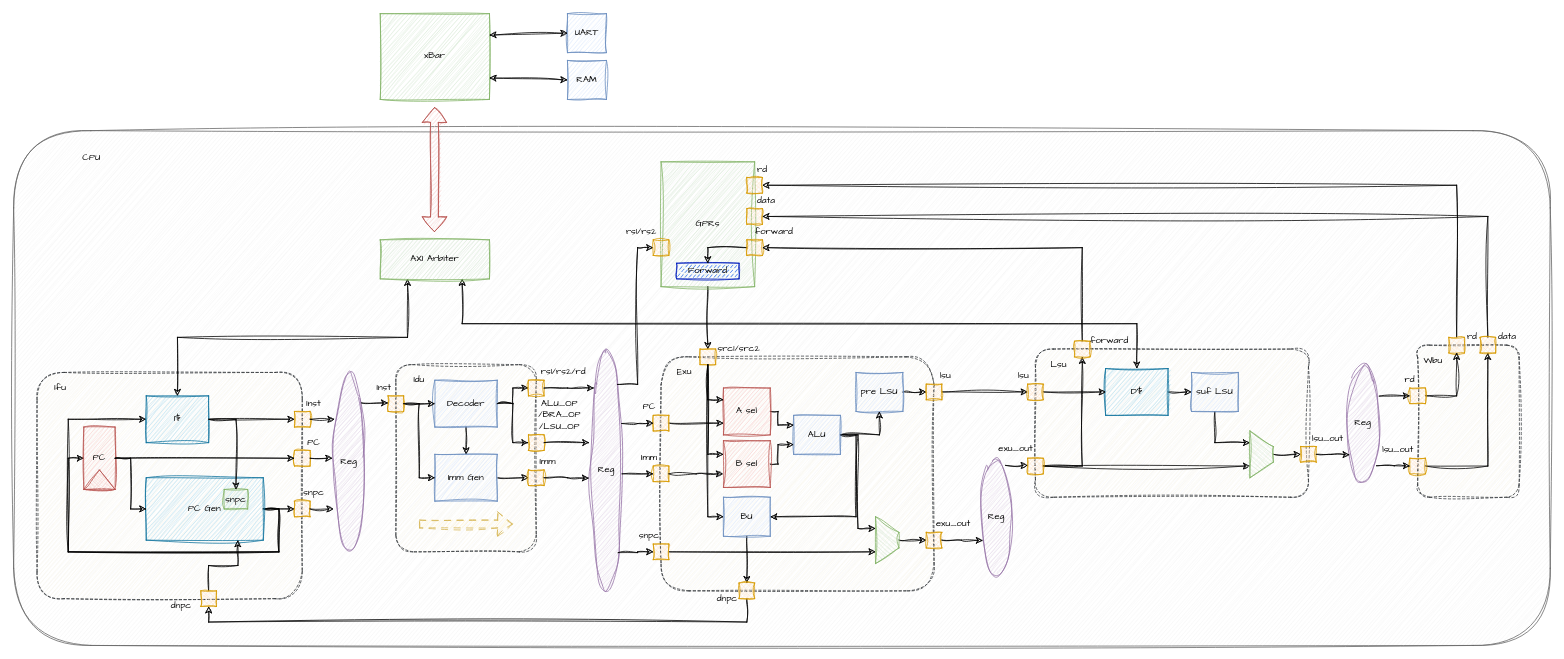
Before: npc/docs/arch.drawio in YEWPO/Yprocessor, a draw.io diagram. Source tidied: cells renumbered, new cells numbered last; positions are measured from the earlier drawing's top-left corner, leaving out a move shared by most shapes. Both pictures are drawn from the tidied source at 78%, with x=0, y=0 at pixel (13, 13).
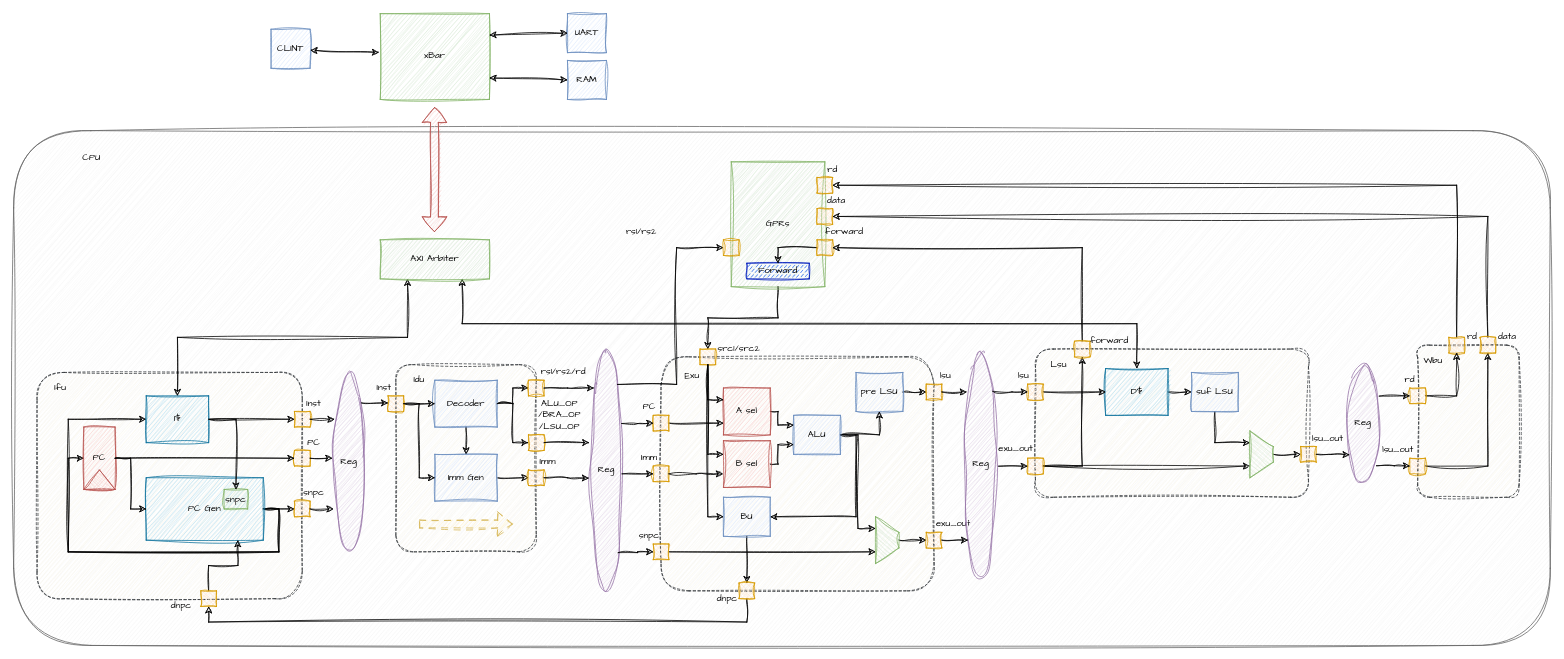
The same diagram, later.

Commit message:
update: update npc arch drawio

Unchanged cells that the change refers to:
```xml
<mxCell id="9" value="PC Gen" style="rounded=0;whiteSpace=wrap;html=1;sketch=1;hachureGap=4;jiggle=2;curveFitting=1;fillColor=#b1ddf0;strokeColor=#10739e;fontFamily=Comic Sans MS;" parent="1" vertex="1">
  <mxGeometry x="170" y="595" width="150" height="80" as="geometry" />
</mxCell>
<mxCell id="12" value="I$" style="rounded=0;whiteSpace=wrap;html=1;sketch=1;hachureGap=4;jiggle=2;curveFitting=1;fontFamily=Comic Sans MS;fillColor=#b1ddf0;strokeColor=#10739e;" parent="1" vertex="1">
  <mxGeometry x="170" y="490" width="80" height="60" as="geometry" />
</mxCell>
<mxCell id="14" value="PC" style="rounded=0;whiteSpace=wrap;html=1;sketch=1;hachureGap=4;jiggle=2;curveFitting=1;fontFamily=Comic Sans MS;fillColor=#f8cecc;strokeColor=#b85450;" parent="13" vertex="1">
  <mxGeometry width="40" height="80" as="geometry" />
</mxCell>
<mxCell id="18" style="whiteSpace=wrap;html=1;sketch=1;hachureGap=4;jiggle=2;curveFitting=1;fillColor=#ffe6cc;strokeColor=#d79b00;fillStyle=cross-hatch;fontFamily=Comic Sans MS;" parent="1" vertex="1">
  <mxGeometry x="360" y="560" width="20" height="20" as="geometry" />
</mxCell>
<mxCell id="44" value="Reg" style="ellipse;whiteSpace=wrap;html=1;sketch=1;hachureGap=4;jiggle=2;curveFitting=1;fillColor=#e1d5e7;strokeColor=#9673a6;fontFamily=Comic Sans MS;" parent="1" vertex="1">
  <mxGeometry x="740" y="430" width="40" height="310" as="geometry" />
</mxCell>
<mxCell id="92" style="whiteSpace=wrap;html=1;sketch=1;hachureGap=4;jiggle=2;curveFitting=1;fillColor=#ffe6cc;strokeColor=#d79b00;fillStyle=cross-hatch;fontFamily=Comic Sans MS;" parent="1" vertex="1">
  <mxGeometry x="1170" y="475" width="20" height="20" as="geometry" />
</mxCell>
<mxCell id="94" style="whiteSpace=wrap;html=1;sketch=1;hachureGap=4;jiggle=2;curveFitting=1;fillColor=#ffe6cc;strokeColor=#d79b00;fillStyle=cross-hatch;fontFamily=Comic Sans MS;" parent="1" vertex="1">
  <mxGeometry x="1170" y="665" width="20" height="20" as="geometry" />
</mxCell>
<mxCell id="102" style="whiteSpace=wrap;html=1;sketch=1;hachureGap=4;jiggle=2;curveFitting=1;fillColor=#ffe6cc;strokeColor=#d79b00;fillStyle=cross-hatch;fontFamily=Comic Sans MS;" parent="1" vertex="1">
  <mxGeometry x="1300" y="475" width="20" height="20" as="geometry" />
</mxCell>
<mxCell id="106" style="whiteSpace=wrap;html=1;sketch=1;hachureGap=4;jiggle=2;curveFitting=1;fillColor=#ffe6cc;strokeColor=#d79b00;fillStyle=cross-hatch;fontFamily=Comic Sans MS;" parent="1" vertex="1">
  <mxGeometry x="1300" y="570" width="20" height="20" as="geometry" />
</mxCell>
<mxCell id="117" value="Reg" style="ellipse;whiteSpace=wrap;html=1;sketch=1;hachureGap=4;jiggle=2;curveFitting=1;fillColor=#e1d5e7;strokeColor=#9673a6;fontFamily=Comic Sans MS;" parent="1" vertex="1">
  <mxGeometry x="1710" y="450" width="40" height="150" as="geometry" />
</mxCell>
<mxCell id="130" style="whiteSpace=wrap;html=1;sketch=1;hachureGap=4;jiggle=2;curveFitting=1;fillColor=#ffe6cc;strokeColor=#d79b00;fillStyle=cross-hatch;fontFamily=Comic Sans MS;" parent="1" vertex="1">
  <mxGeometry x="1790" y="480" width="20" height="20" as="geometry" />
</mxCell>
<mxCell id="136" value="xBar" style="rounded=0;whiteSpace=wrap;html=1;sketch=1;hachureGap=4;jiggle=2;curveFitting=1;fillColor=#d5e8d4;strokeColor=#82b366;fontFamily=Comic Sans MS;" parent="1" vertex="1">
  <mxGeometry x="470" width="140" height="110" as="geometry" />
</mxCell>
```

Change to the diagram source:
```diff
@@
-    <mxCell id="8" style="edgeStyle=orthogonalEdgeStyle;rounded=0;sketch=1;hachureGap=4;jiggle=2;curveFitting=1;jettySize=auto;html=1;exitX=1;exitY=0.5;exitDx=0;exitDy=0;entryX=0;entryY=0.5;entryDx=0;entryDy=0;fontFamily=Architects Daughter;" parent="1" edge="1" source="9" target="12">
+    <mxCell id="8" style="edgeStyle=orthogonalEdgeStyle;rounded=0;sketch=1;hachureGap=4;jiggle=2;curveFitting=1;jettySize=auto;html=1;exitX=1;exitY=0.5;exitDx=0;exitDy=0;entryX=0;entryY=0.5;entryDx=0;entryDy=0;fontFamily=Comic Sans MS;" parent="1" edge="1" source="9" target="12">
       <mxGeometry relative="1" as="geometry">
         <Array as="points">
           <mxPoint x="340" y="635" />
           <mxPoint x="340" y="690" />
           <mxPoint x="70" y="690" />
           <mxPoint x="70" y="520" />
         </Array>
       </mxGeometry>
     </mxCell>
@@
     <mxCell id="46" value="GPRs" style="rounded=0;whiteSpace=wrap;html=1;sketch=1;hachureGap=4;jiggle=2;curveFitting=1;fillColor=#d5e8d4;strokeColor=#82b366;fontFamily=Comic Sans MS;" parent="1" vertex="1">
-      <mxGeometry x="830" y="190" width="120" height="160" as="geometry" />
+      <mxGeometry x="920" y="190" width="120" height="160" as="geometry" />
     </mxCell>
     <mxCell id="47" value="Forward" style="rounded=0;whiteSpace=wrap;html=1;sketch=1;hachureGap=4;jiggle=2;curveFitting=1;fillColor=#0050ef;strokeColor=#001DBC;fillStyle=dashed;fontColor=#000000;fontFamily=Comic Sans MS;" parent="1" vertex="1">
-      <mxGeometry x="850" y="320" width="80" height="20" as="geometry" />
+      <mxGeometry x="940" y="320" width="80" height="20" as="geometry" />
     </mxCell>
@@
     <mxCell id="62" style="edgeStyle=orthogonalEdgeStyle;rounded=0;sketch=1;hachureGap=4;jiggle=2;curveFitting=1;jettySize=auto;html=1;exitX=1;exitY=0;exitDx=0;exitDy=0;entryX=0;entryY=0.5;entryDx=0;entryDy=0;fontFamily=Comic Sans MS;" parent="1" edge="1" source="44" target="63">
-      <mxGeometry relative="1" as="geometry" />
+      <mxGeometry relative="1" as="geometry">
+        <Array as="points">
+          <mxPoint x="850" y="475" />
+        </Array>
+      </mxGeometry>
     </mxCell>
     <mxCell id="63" style="whiteSpace=wrap;html=1;sketch=1;hachureGap=4;jiggle=2;curveFitting=1;fillColor=#ffe6cc;strokeColor=#d79b00;fillStyle=cross-hatch;fontFamily=Comic Sans MS;" parent="1" vertex="1">
-      <mxGeometry x="820" y="290" width="20" height="20" as="geometry" />
+      <mxGeometry x="910" y="290" width="20" height="20" as="geometry" />
     </mxCell>
@@
     <mxCell id="71" style="whiteSpace=wrap;html=1;sketch=1;hachureGap=4;jiggle=2;curveFitting=1;fillColor=#ffe6cc;strokeColor=#d79b00;fillStyle=cross-hatch;fontFamily=Comic Sans MS;" parent="1" vertex="1">
-      <mxGeometry x="940" y="210" width="20" height="20" as="geometry" />
+      <mxGeometry x="1030" y="210" width="20" height="20" as="geometry" />
     </mxCell>
     <mxCell id="72" value="rd" style="text;html=1;align=center;verticalAlign=middle;whiteSpace=wrap;rounded=0;fontFamily=Comic Sans MS;" parent="1" vertex="1">
-      <mxGeometry x="950" y="190" width="20" height="20" as="geometry" />
+      <mxGeometry x="1040" y="190" width="20" height="20" as="geometry" />
     </mxCell>
     <mxCell id="73" style="whiteSpace=wrap;html=1;sketch=1;hachureGap=4;jiggle=2;curveFitting=1;fillColor=#ffe6cc;strokeColor=#d79b00;fillStyle=cross-hatch;fontFamily=Comic Sans MS;" parent="1" vertex="1">
-      <mxGeometry x="940" y="250" width="20" height="20" as="geometry" />
+      <mxGeometry x="1030" y="250" width="20" height="20" as="geometry" />
     </mxCell>
     <mxCell id="74" value="data" style="text;html=1;align=center;verticalAlign=middle;whiteSpace=wrap;rounded=0;fontFamily=Comic Sans MS;" parent="1" vertex="1">
-      <mxGeometry x="950" y="230" width="30" height="20" as="geometry" />
+      <mxGeometry x="1040" y="230" width="30" height="20" as="geometry" />
     </mxCell>
@@
     <mxCell id="76" style="whiteSpace=wrap;html=1;sketch=1;hachureGap=4;jiggle=2;curveFitting=1;fillColor=#ffe6cc;strokeColor=#d79b00;fillStyle=cross-hatch;fontFamily=Comic Sans MS;" parent="1" vertex="1">
-      <mxGeometry x="940" y="290" width="20" height="20" as="geometry" />
+      <mxGeometry x="1030" y="290" width="20" height="20" as="geometry" />
     </mxCell>
     <mxCell id="77" value="forward" style="text;html=1;align=center;verticalAlign=middle;whiteSpace=wrap;rounded=0;fontFamily=Comic Sans MS;" parent="1" vertex="1">
-      <mxGeometry x="950" y="270" width="50" height="20" as="geometry" />
+      <mxGeometry x="1040" y="270" width="50" height="20" as="geometry" />
     </mxCell>
@@
     <mxCell id="90" value="Exu" style="text;html=1;align=center;verticalAlign=middle;whiteSpace=wrap;rounded=0;fontFamily=Comic Sans MS;" parent="1" vertex="1">
-      <mxGeometry x="840" y="450" width="40" height="20" as="geometry" />
+      <mxGeometry x="850" y="455" width="40" height="20" as="geometry" />
     </mxCell>
-    <mxCell id="91" style="edgeStyle=orthogonalEdgeStyle;rounded=0;sketch=1;hachureGap=4;jiggle=2;curveFitting=1;jettySize=auto;html=1;exitX=1;exitY=0.5;exitDx=0;exitDy=0;entryX=0;entryY=0.5;entryDx=0;entryDy=0;fontFamily=Comic Sans MS;" parent="1" edge="1" source="92" target="102">
-      <mxGeometry relative="1" as="geometry" />
-    </mxCell>
@@
     <mxCell id="96" value="Reg" style="ellipse;whiteSpace=wrap;html=1;sketch=1;hachureGap=4;jiggle=2;curveFitting=1;fillColor=#e1d5e7;strokeColor=#9673a6;fontFamily=Comic Sans MS;" parent="1" vertex="1">
-      <mxGeometry x="1240" y="570" width="40" height="150" as="geometry" />
+      <mxGeometry x="1220" y="432.5" width="40" height="290" as="geometry" />
     </mxCell>
@@
-    <mxCell id="148" style="edgeStyle=orthogonalEdgeStyle;rounded=0;sketch=1;hachureGap=4;jiggle=2;curveFitting=1;jettySize=auto;html=1;exitX=1;exitY=0.5;exitDx=0;exitDy=0;entryX=0.063;entryY=0.703;entryDx=0;entryDy=0;entryPerimeter=0;fontFamily=Comic Sans MS;" parent="1" edge="1" source="94" target="96">
-      <mxGeometry relative="1" as="geometry" />
-    </mxCell>
-    <mxCell id="149" style="edgeStyle=orthogonalEdgeStyle;rounded=0;sketch=1;hachureGap=4;jiggle=2;curveFitting=1;jettySize=auto;html=1;exitX=0.79;exitY=0.061;exitDx=0;exitDy=0;entryX=0;entryY=0.5;entryDx=0;entryDy=0;exitPerimeter=0;fontFamily=Comic Sans MS;" parent="1" edge="1" source="96" target="106">
-      <mxGeometry relative="1" as="geometry" />
-    </mxCell>
@@
-    <mxCell id="158" style="endArrow=classic;html=1;rounded=0;sketch=1;hachureGap=4;jiggle=2;curveFitting=1;fontFamily=Architects Daughter;entryX=0;entryY=0.5;entryDx=0;entryDy=0;exitX=1;exitY=0.5;exitDx=0;exitDy=0;" parent="1" edge="1" source="14" target="18">
+    <mxCell id="158" style="endArrow=classic;html=1;rounded=0;sketch=1;hachureGap=4;jiggle=2;curveFitting=1;fontFamily=Comic Sans MS;entryX=0;entryY=0.5;entryDx=0;entryDy=0;exitX=1;exitY=0.5;exitDx=0;exitDy=0;" parent="1" edge="1" source="14" target="18">
       <mxGeometry relative="1" as="geometry" />
     </mxCell>
-    <mxCell id="159" style="endArrow=classic;html=1;rounded=0;sketch=1;hachureGap=4;jiggle=2;curveFitting=1;fontFamily=Architects Daughter;entryX=0;entryY=0.5;entryDx=0;entryDy=0;exitX=1.018;exitY=0.269;exitDx=0;exitDy=0;exitPerimeter=0;" parent="1" edge="1" source="117" target="130">
+    <mxCell id="159" style="endArrow=classic;html=1;rounded=0;sketch=1;hachureGap=4;jiggle=2;curveFitting=1;fontFamily=Comic Sans MS;entryX=0;entryY=0.5;entryDx=0;entryDy=0;exitX=1.018;exitY=0.269;exitDx=0;exitDy=0;exitPerimeter=0;" parent="1" edge="1" source="117" target="130">
       <mxGeometry relative="1" as="geometry" />
     </mxCell>
+    <mxCell id="148" style="edgeStyle=orthogonalEdgeStyle;rounded=0;sketch=1;hachureGap=4;jiggle=2;curveFitting=1;jettySize=auto;html=1;exitX=1;exitY=0.5;exitDx=0;exitDy=0;entryX=0.088;entryY=0.837;entryDx=0;entryDy=0;entryPerimeter=0;fontFamily=Architects Daughter;" parent="1" edge="1" source="94" target="96">
+      <mxGeometry relative="1" as="geometry" />
+    </mxCell>
+    <mxCell id="160" style="edgeStyle=orthogonalEdgeStyle;rounded=0;sketch=1;hachureGap=4;jiggle=2;curveFitting=1;jettySize=auto;html=1;exitX=1;exitY=0.5;exitDx=0;exitDy=0;entryX=0.048;entryY=0.183;entryDx=0;entryDy=0;entryPerimeter=0;fontFamily=Architects Daughter;" parent="1" edge="1" source="92" target="96">
+      <mxGeometry relative="1" as="geometry" />
+    </mxCell>
+    <mxCell id="161" style="edgeStyle=orthogonalEdgeStyle;rounded=0;sketch=1;hachureGap=4;jiggle=2;curveFitting=1;jettySize=auto;html=1;exitX=0;exitY=0.5;exitDx=0;exitDy=0;entryX=0.88;entryY=0.178;entryDx=0;entryDy=0;entryPerimeter=0;fontFamily=Architects Daughter;startArrow=classic;startFill=1;endArrow=none;endFill=0;" parent="1" edge="1" source="102" target="96">
+      <mxGeometry relative="1" as="geometry" />
+    </mxCell>
+    <mxCell id="162" style="edgeStyle=orthogonalEdgeStyle;rounded=0;sketch=1;hachureGap=4;jiggle=2;curveFitting=1;jettySize=auto;html=1;exitX=0;exitY=0.5;exitDx=0;exitDy=0;entryX=1.067;entryY=0.511;entryDx=0;entryDy=0;entryPerimeter=0;fontFamily=Architects Daughter;startArrow=classic;startFill=1;endArrow=none;endFill=0;" parent="1" edge="1" target="96">
+      <mxGeometry relative="1" as="geometry">
+        <mxPoint x="1300" y="580.2" as="sourcePoint" />
+      </mxGeometry>
+    </mxCell>
+    <mxCell id="163" value="CLINT" style="rounded=0;whiteSpace=wrap;html=1;sketch=1;hachureGap=4;jiggle=2;curveFitting=1;fontFamily=Comic Sans MS;fillColor=#dae8fc;strokeColor=#6c8ebf;" parent="1" vertex="1">
+      <mxGeometry x="330" y="20" width="50" height="50" as="geometry" />
+    </mxCell>
+    <mxCell id="164" style="endArrow=classic;startArrow=classic;html=1;rounded=0;sketch=1;hachureGap=4;jiggle=2;curveFitting=1;fontFamily=Architects Daughter;exitX=1.01;exitY=0.538;exitDx=0;exitDy=0;exitPerimeter=0;entryX=-0.012;entryY=0.451;entryDx=0;entryDy=0;entryPerimeter=0;" parent="1" edge="1" source="163" target="136">
+      <mxGeometry relative="1" as="geometry" />
+    </mxCell>
```
